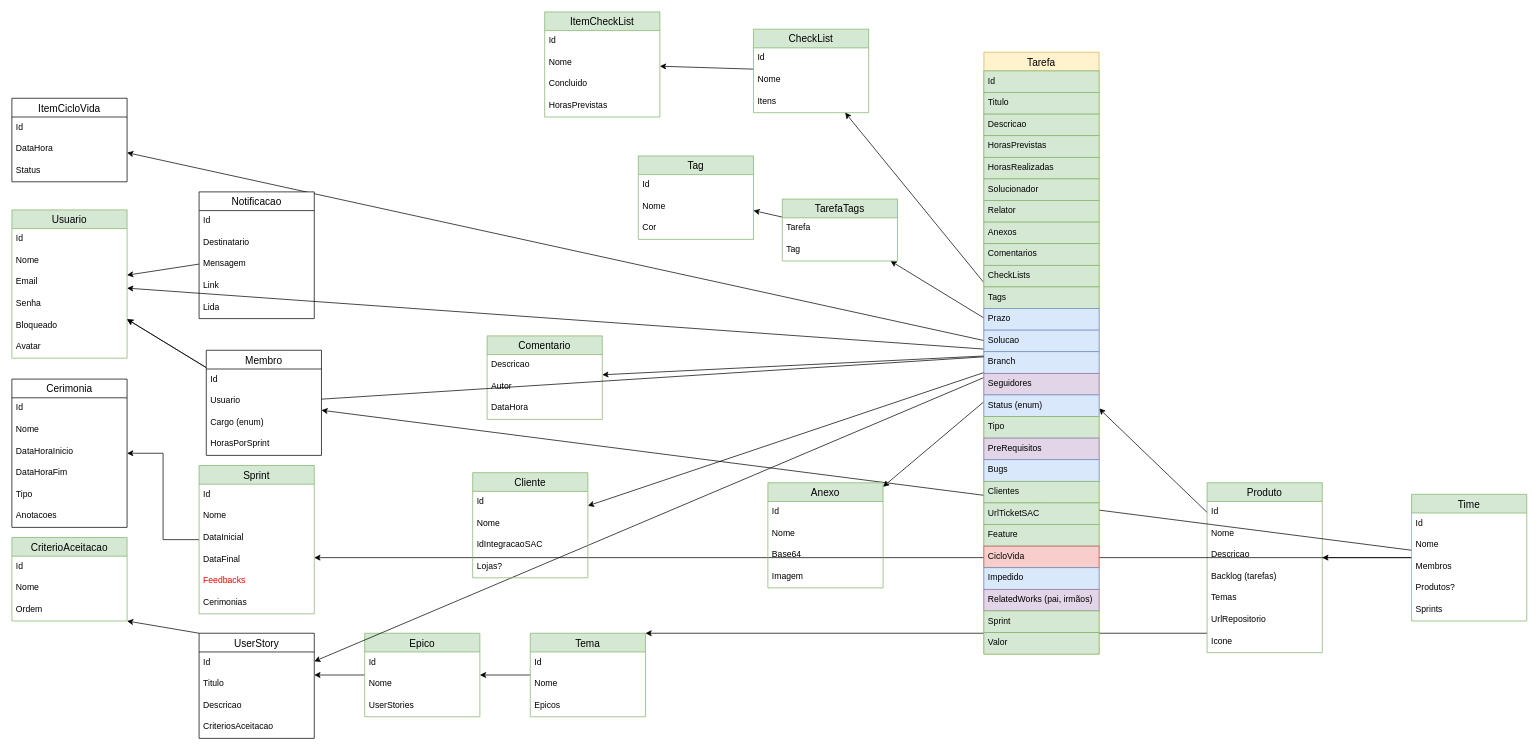
Earlier version of the draw.io diagram page "ordem" (1 of 2) of Agilis-Back/docs/Untitled Diagram.drawio (ddsdaniel/Agilis). Source tidied: cells renumbered, new cells numbered last; positions are measured from the earlier drawing's top-left corner, leaving out a move shared by most shapes. Both pictures are drawn from the tidied source at 72%, with x=0, y=0 at pixel (12, 12).
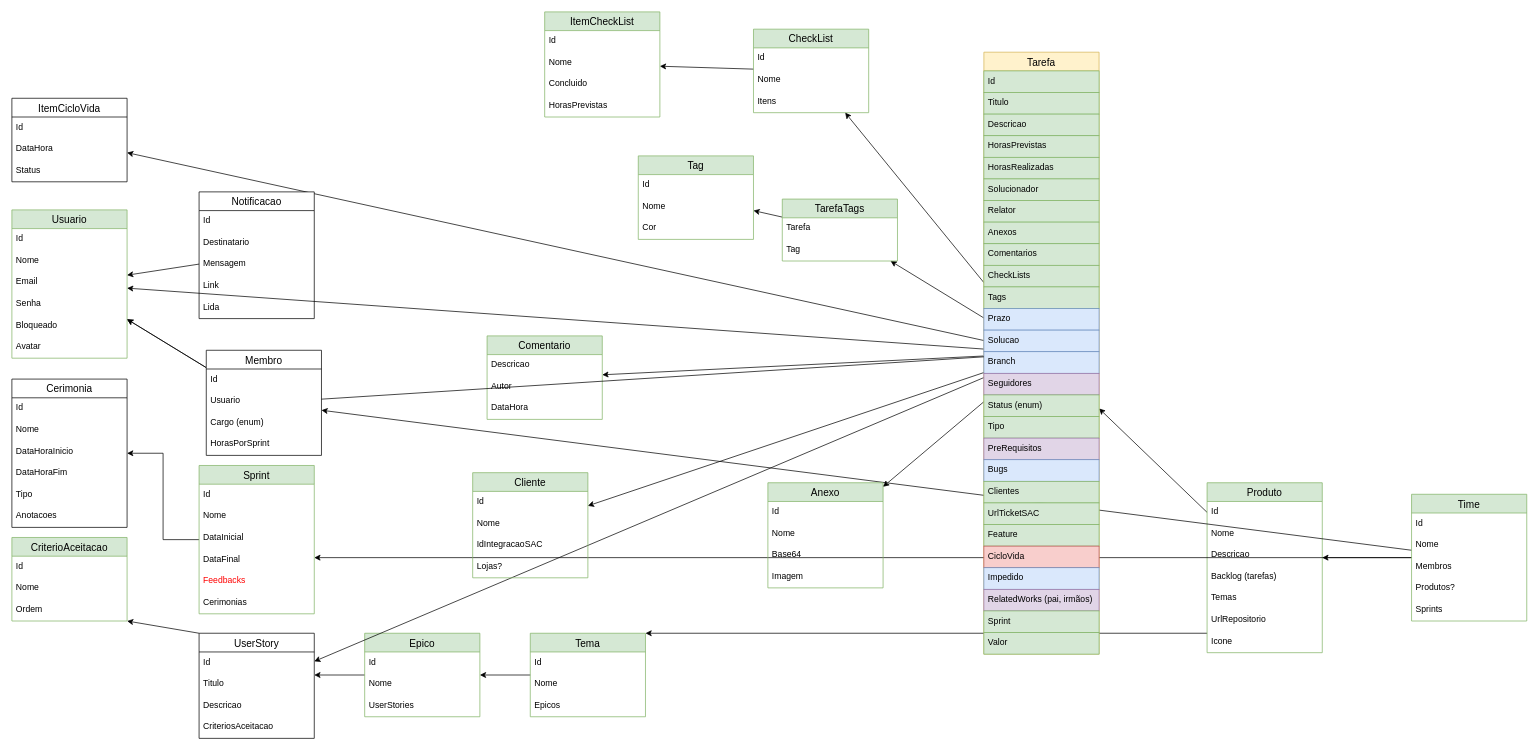
Above is the later version.

Unchanged cells that the change refers to:
```xml
<mxCell id="88" value="Tarefa" style="swimlane;fontStyle=0;horizontal=1;startSize=26;align=center;fontSize=14;fillColor=#fff2cc;strokeColor=#d6b656;" parent="1" vertex="1">
  <mxGeometry x="1350" y="56" width="160" height="836" as="geometry" />
</mxCell>
```

Diff of the diagram source:
```diff
@@
-    <mxCell id="104" value="Status (enum)" style="text;strokeColor=#6c8ebf;fillColor=#dae8fc;spacingLeft=4;spacingRight=4;overflow=hidden;fontSize=12;" parent="88" vertex="1">
+    <mxCell id="104" value="Status (enum)" style="text;strokeColor=#82b366;fillColor=#d5e8d4;spacingLeft=4;spacingRight=4;overflow=hidden;fontSize=12;" parent="88" vertex="1">
       <mxGeometry y="476" width="160" height="30" as="geometry" />
     </mxCell>
```
